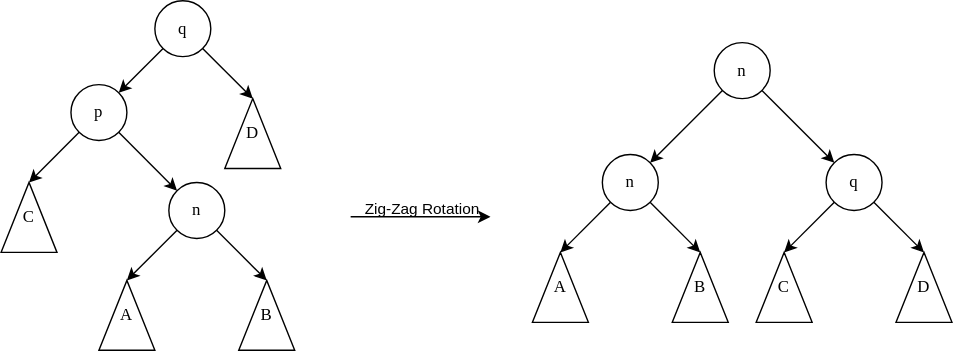
The draw.io diagram images/zigzag.svg in badgate503/badgate503.github.io, before a commit. Source tidied: cells renumbered, new cells last; positions are measured from the earlier drawing's top-left corner, leaving out a move shared by most shapes. Its diagram source:
```xml
<mxGraphModel>
  <root>
    <mxCell id="0" />
    <mxCell id="1" parent="0" />
    <mxCell id="2" style="rounded=0;jettySize=auto;html=1;exitX=0;exitY=1;exitDx=0;exitDy=0;entryX=1;entryY=0.5;entryDx=0;entryDy=0;" parent="1" edge="1" source="4" target="24">
      <mxGeometry relative="1" as="geometry" />
    </mxCell>
    <mxCell id="3" style="rounded=0;jettySize=auto;html=1;exitX=1;exitY=1;exitDx=0;exitDy=0;entryX=0;entryY=0;entryDx=0;entryDy=0;" parent="1" edge="1" source="4" target="21">
      <mxGeometry relative="1" as="geometry" />
    </mxCell>
    <mxCell id="4" value="&lt;font face=&quot;Georgia&quot;&gt;p&lt;/font&gt;" style="ellipse;whiteSpace=wrap;html=1;" parent="1" vertex="1">
      <mxGeometry x="50" y="60" width="40" height="40" as="geometry" />
    </mxCell>
    <mxCell id="5" style="endArrow=classic;html=1;rounded=0;" parent="1" edge="1">
      <mxGeometry relative="1" as="geometry">
        <mxPoint x="250" y="154.5" as="sourcePoint" />
        <mxPoint x="350" y="154.5" as="targetPoint" />
      </mxGeometry>
    </mxCell>
    <mxCell id="6" value="Zig-Zag Rotation" style="edgeLabel;html=1;align=center;verticalAlign=middle;labelBackgroundColor=none;" parent="5" vertex="1">
      <mxGeometry relative="1" as="geometry">
        <mxPoint y="-6" as="offset" />
      </mxGeometry>
    </mxCell>
    <mxCell id="7" style="rounded=0;jettySize=auto;html=1;exitX=1;exitY=1;exitDx=0;exitDy=0;entryX=0;entryY=0;entryDx=0;entryDy=0;" parent="1" edge="1" source="9" target="12">
      <mxGeometry relative="1" as="geometry" />
    </mxCell>
    <mxCell id="8" style="rounded=0;jettySize=auto;html=1;exitX=0;exitY=1;exitDx=0;exitDy=0;entryX=1;entryY=0;entryDx=0;entryDy=0;" parent="1" edge="1" source="9" target="27">
      <mxGeometry relative="1" as="geometry" />
    </mxCell>
    <mxCell id="9" value="&lt;font face=&quot;Georgia&quot;&gt;n&lt;/font&gt;" style="ellipse;whiteSpace=wrap;html=1;" parent="1" vertex="1">
      <mxGeometry x="510" y="30" width="40" height="40" as="geometry" />
    </mxCell>
    <mxCell id="10" style="rounded=0;jettySize=auto;html=1;exitX=1;exitY=1;exitDx=0;exitDy=0;entryX=1;entryY=0.5;entryDx=0;entryDy=0;" parent="1" edge="1" source="12" target="14">
      <mxGeometry relative="1" as="geometry" />
    </mxCell>
    <mxCell id="11" style="rounded=0;jettySize=auto;html=1;exitX=0;exitY=1;exitDx=0;exitDy=0;entryX=1;entryY=0.5;entryDx=0;entryDy=0;" parent="1" edge="1" source="12" target="13">
      <mxGeometry relative="1" as="geometry" />
    </mxCell>
    <mxCell id="12" value="&lt;font face=&quot;Georgia&quot;&gt;q&lt;/font&gt;" style="ellipse;whiteSpace=wrap;html=1;" parent="1" vertex="1">
      <mxGeometry x="590" y="110" width="40" height="40" as="geometry" />
    </mxCell>
    <mxCell id="13" value="C" style="triangle;whiteSpace=wrap;html=1;direction=north;fontFamily=Georgia;" parent="1" vertex="1">
      <mxGeometry x="540" y="180" width="40" height="50" as="geometry" />
    </mxCell>
    <mxCell id="14" value="D" style="triangle;whiteSpace=wrap;html=1;direction=north;fontFamily=Georgia;" parent="1" vertex="1">
      <mxGeometry x="640" y="180" width="40" height="50" as="geometry" />
    </mxCell>
    <mxCell id="15" style="rounded=0;jettySize=auto;html=1;exitX=1;exitY=1;exitDx=0;exitDy=0;entryX=1;entryY=0.5;entryDx=0;entryDy=0;" parent="1" edge="1" source="17" target="18">
      <mxGeometry relative="1" as="geometry" />
    </mxCell>
    <mxCell id="16" style="rounded=0;jettySize=auto;html=1;exitX=0;exitY=1;exitDx=0;exitDy=0;entryX=1;entryY=0;entryDx=0;entryDy=0;" parent="1" edge="1" source="17" target="4">
      <mxGeometry relative="1" as="geometry" />
    </mxCell>
    <mxCell id="17" value="&lt;font face=&quot;Georgia&quot;&gt;q&lt;/font&gt;" style="ellipse;whiteSpace=wrap;html=1;" parent="1" vertex="1">
      <mxGeometry x="110" width="40" height="40" as="geometry" />
    </mxCell>
    <mxCell id="18" value="D" style="triangle;whiteSpace=wrap;html=1;direction=north;fontFamily=Georgia;" parent="1" vertex="1">
      <mxGeometry x="160" y="70" width="40" height="50" as="geometry" />
    </mxCell>
    <mxCell id="19" style="rounded=0;jettySize=auto;html=1;exitX=1;exitY=1;exitDx=0;exitDy=0;entryX=1;entryY=0.5;entryDx=0;entryDy=0;" parent="1" edge="1" source="21" target="23">
      <mxGeometry relative="1" as="geometry" />
    </mxCell>
    <mxCell id="20" style="rounded=0;jettySize=auto;html=1;exitX=0;exitY=1;exitDx=0;exitDy=0;entryX=1;entryY=0.5;entryDx=0;entryDy=0;" parent="1" edge="1" source="21" target="22">
      <mxGeometry relative="1" as="geometry" />
    </mxCell>
    <mxCell id="21" value="&lt;font face=&quot;Georgia&quot;&gt;n&lt;/font&gt;" style="ellipse;whiteSpace=wrap;html=1;" parent="1" vertex="1">
      <mxGeometry x="120" y="130" width="40" height="40" as="geometry" />
    </mxCell>
    <mxCell id="22" value="A" style="triangle;whiteSpace=wrap;html=1;direction=north;fontFamily=Georgia;" parent="1" vertex="1">
      <mxGeometry x="70" y="200" width="40" height="50" as="geometry" />
    </mxCell>
    <mxCell id="23" value="B" style="triangle;whiteSpace=wrap;html=1;direction=north;fontFamily=Georgia;" parent="1" vertex="1">
      <mxGeometry x="170" y="200" width="40" height="50" as="geometry" />
    </mxCell>
    <mxCell id="24" value="C" style="triangle;whiteSpace=wrap;html=1;direction=north;fontFamily=Georgia;" parent="1" vertex="1">
      <mxGeometry y="130" width="40" height="50" as="geometry" />
    </mxCell>
    <mxCell id="25" style="rounded=0;jettySize=auto;html=1;exitX=1;exitY=1;exitDx=0;exitDy=0;entryX=1;entryY=0.5;entryDx=0;entryDy=0;" parent="1" edge="1" source="27" target="29">
      <mxGeometry relative="1" as="geometry" />
    </mxCell>
    <mxCell id="26" style="rounded=0;jettySize=auto;html=1;exitX=0;exitY=1;exitDx=0;exitDy=0;entryX=1;entryY=0.5;entryDx=0;entryDy=0;" parent="1" edge="1" source="27" target="28">
      <mxGeometry relative="1" as="geometry" />
    </mxCell>
    <mxCell id="27" value="&lt;font face=&quot;Georgia&quot;&gt;n&lt;/font&gt;" style="ellipse;whiteSpace=wrap;html=1;" parent="1" vertex="1">
      <mxGeometry x="430" y="110" width="40" height="40" as="geometry" />
    </mxCell>
    <mxCell id="28" value="A" style="triangle;whiteSpace=wrap;html=1;direction=north;fontFamily=Georgia;" parent="1" vertex="1">
      <mxGeometry x="380" y="180" width="40" height="50" as="geometry" />
    </mxCell>
    <mxCell id="29" value="B" style="triangle;whiteSpace=wrap;html=1;direction=north;fontFamily=Georgia;" parent="1" vertex="1">
      <mxGeometry x="480" y="180" width="40" height="50" as="geometry" />
    </mxCell>
  </root>
</mxGraphModel>
```
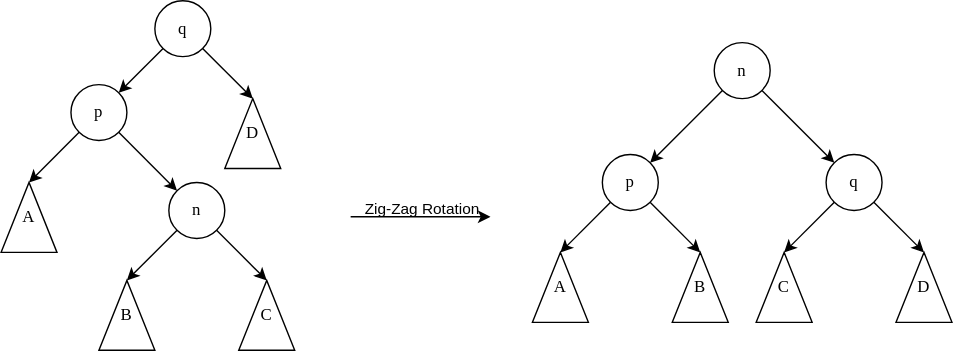
The same diagram one commit later.

Diff of the diagram source:
```diff
@@ -67,13 +67,13 @@
     <mxCell id="21" value="&lt;font face=&quot;Georgia&quot;&gt;n&lt;/font&gt;" style="ellipse;whiteSpace=wrap;html=1;" parent="1" vertex="1">
       <mxGeometry x="120" y="130" width="40" height="40" as="geometry" />
     </mxCell>
-    <mxCell id="22" value="A" style="triangle;whiteSpace=wrap;html=1;direction=north;fontFamily=Georgia;" parent="1" vertex="1">
+    <mxCell id="22" value="B" style="triangle;whiteSpace=wrap;html=1;direction=north;fontFamily=Georgia;" parent="1" vertex="1">
       <mxGeometry x="70" y="200" width="40" height="50" as="geometry" />
     </mxCell>
-    <mxCell id="23" value="B" style="triangle;whiteSpace=wrap;html=1;direction=north;fontFamily=Georgia;" parent="1" vertex="1">
+    <mxCell id="23" value="C" style="triangle;whiteSpace=wrap;html=1;direction=north;fontFamily=Georgia;" parent="1" vertex="1">
       <mxGeometry x="170" y="200" width="40" height="50" as="geometry" />
     </mxCell>
-    <mxCell id="24" value="C" style="triangle;whiteSpace=wrap;html=1;direction=north;fontFamily=Georgia;" parent="1" vertex="1">
+    <mxCell id="24" value="A" style="triangle;whiteSpace=wrap;html=1;direction=north;fontFamily=Georgia;" parent="1" vertex="1">
       <mxGeometry y="130" width="40" height="50" as="geometry" />
     </mxCell>
     <mxCell id="25" style="rounded=0;jettySize=auto;html=1;exitX=1;exitY=1;exitDx=0;exitDy=0;entryX=1;entryY=0.5;entryDx=0;entryDy=0;" parent="1" edge="1" source="27" target="29">
@@ -82,7 +82,7 @@
     <mxCell id="26" style="rounded=0;jettySize=auto;html=1;exitX=0;exitY=1;exitDx=0;exitDy=0;entryX=1;entryY=0.5;entryDx=0;entryDy=0;" parent="1" edge="1" source="27" target="28">
       <mxGeometry relative="1" as="geometry" />
     </mxCell>
-    <mxCell id="27" value="&lt;font face=&quot;Georgia&quot;&gt;n&lt;/font&gt;" style="ellipse;whiteSpace=wrap;html=1;" parent="1" vertex="1">
+    <mxCell id="27" value="&lt;font face=&quot;Georgia&quot;&gt;p&lt;/font&gt;" style="ellipse;whiteSpace=wrap;html=1;" parent="1" vertex="1">
       <mxGeometry x="430" y="110" width="40" height="40" as="geometry" />
     </mxCell>
     <mxCell id="28" value="A" style="triangle;whiteSpace=wrap;html=1;direction=north;fontFamily=Georgia;" parent="1" vertex="1">
```
